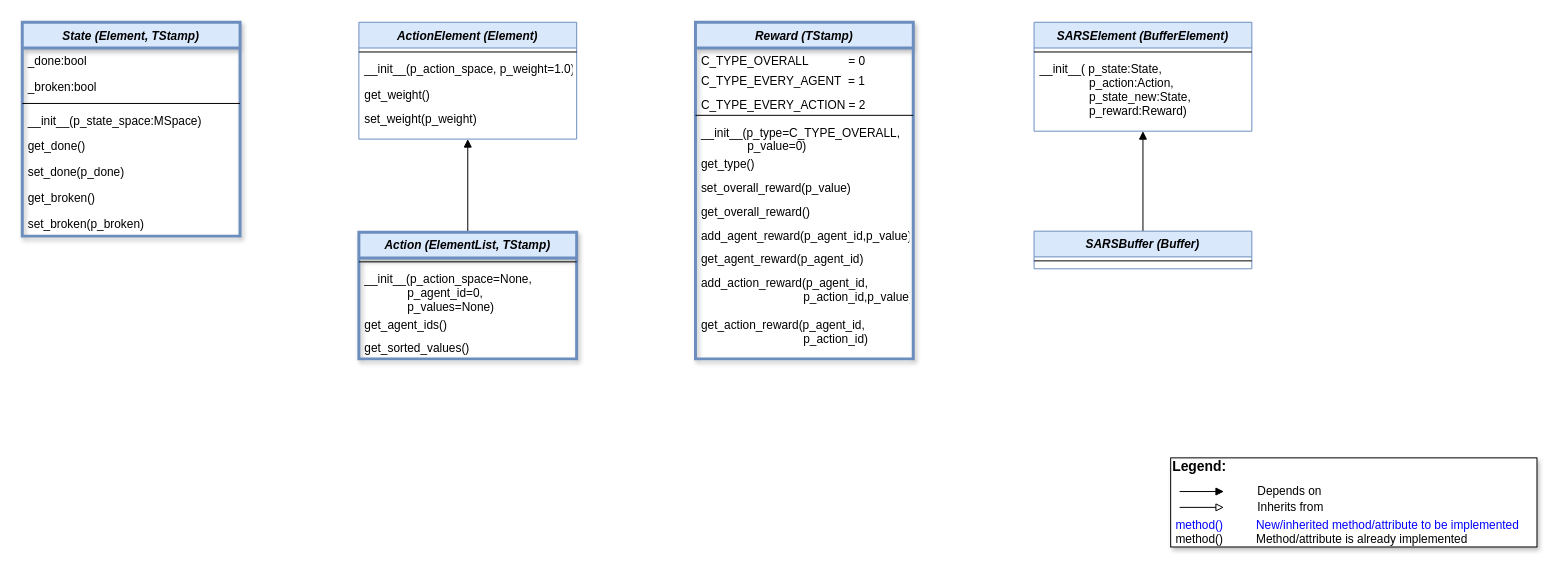
Above: doc/rl/01 state-action-reward/MLPro-RL-SAR class diagram.drawio in fhswf/MLPro (draw.io), before the change. Source tidied: cells renumbered, new cells numbered last; positions are measured from the earlier drawing's top-left corner, leaving out a move shared by most shapes. Both pictures are drawn from the tidied source at 99%, with x=0, y=0 at pixel (22, 22).
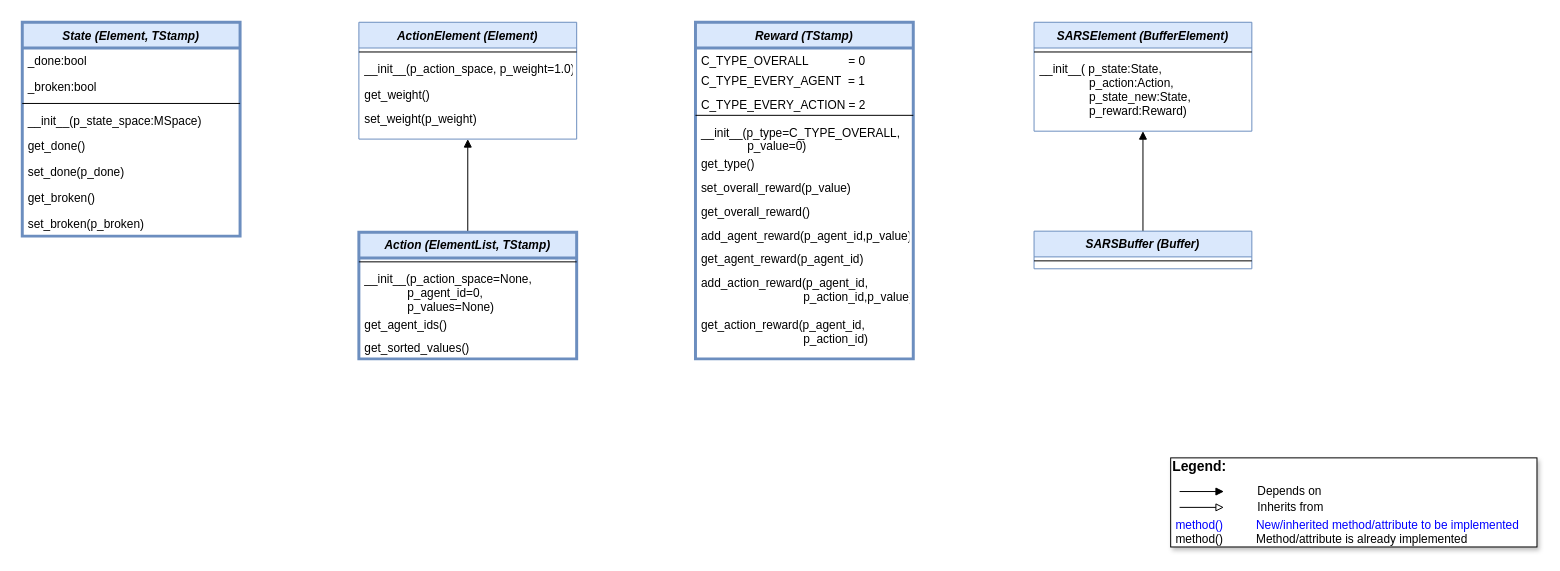
After the change.

The edit, as a diff of the source:
```diff
@@
-    <mxCell id="3" value="Action (ElementList, TStamp)" style="swimlane;fontStyle=3;align=center;verticalAlign=top;horizontal=1;startSize=26;rounded=0;shadow=1;strokeWidth=3;fillColor=#dae8fc;strokeColor=#6c8ebf;" parent="1" vertex="1">
+    <mxCell id="3" value="Action (ElementList, TStamp)" style="swimlane;fontStyle=3;align=center;verticalAlign=top;horizontal=1;startSize=26;rounded=0;shadow=0;strokeWidth=3;fillColor=#dae8fc;strokeColor=#6c8ebf;" parent="1" vertex="1">
       <mxGeometry x="340" y="212" width="220" height="128" as="geometry" />
     </mxCell>
@@
-    <mxCell id="8" value="State (Element, TStamp)" style="swimlane;fontStyle=3;align=center;verticalAlign=top;horizontal=1;startSize=26;rounded=0;shadow=1;strokeWidth=3;fillColor=#dae8fc;strokeColor=#6c8ebf;" parent="1" vertex="1">
+    <mxCell id="8" value="State (Element, TStamp)" style="swimlane;fontStyle=3;align=center;verticalAlign=top;horizontal=1;startSize=26;rounded=0;shadow=0;strokeWidth=3;fillColor=#dae8fc;strokeColor=#6c8ebf;" parent="1" vertex="1">
       <mxGeometry width="220" height="216" as="geometry" />
     </mxCell>
@@
-    <mxCell id="17" value="Reward (TStamp)" style="swimlane;fontStyle=3;align=center;verticalAlign=top;horizontal=1;startSize=26;rounded=0;shadow=1;strokeWidth=3;fillColor=#dae8fc;strokeColor=#6c8ebf;" parent="1" vertex="1">
+    <mxCell id="17" value="Reward (TStamp)" style="swimlane;fontStyle=3;align=center;verticalAlign=top;horizontal=1;startSize=26;rounded=0;shadow=0;strokeWidth=3;fillColor=#dae8fc;strokeColor=#6c8ebf;" parent="1" vertex="1">
       <mxGeometry x="680" width="220" height="340" as="geometry" />
     </mxCell>
```
